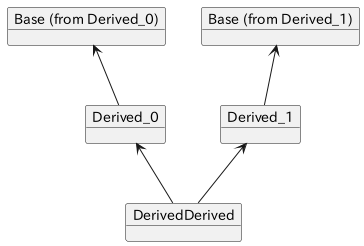
Above: plant_uml/diamond_inheritance_obj.png in ichiroprogrammer/essential_cpp (PlantUML), before the change.
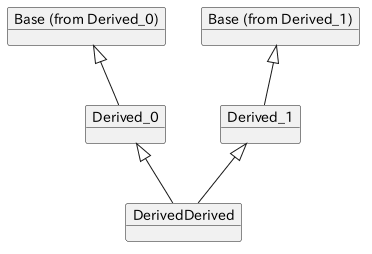
Above is the later version.

The edit, as a diff of the source:
```diff
@@ -5,8 +5,8 @@
 object d1 as "Derived_1"
 object dd as "DerivedDerived"
 
-d0 -up-> base1
-d1 -up-> base2
-dd -up-> d0
-dd -up-> d1
+d0 -up-|> base1
+d1 -up-|> base2
+dd -up-|> d0
+dd -up-|> d1
 @enduml
```
